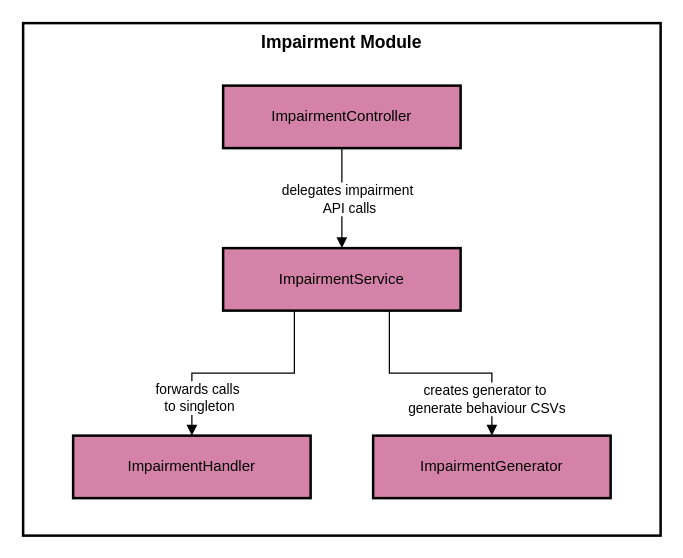
This is data/figs/architecture/layers/layers_impairment.drawio from socialsoftware/microservices-simulator, a draw.io file, before an edit. Source tidied: cells renumbered, new cells numbered last; positions are measured from the earlier drawing's top-left corner, leaving out a move shared by most shapes. Both pictures are drawn from the tidied source at 125%, with x=0, y=0 at pixel (22, 22).
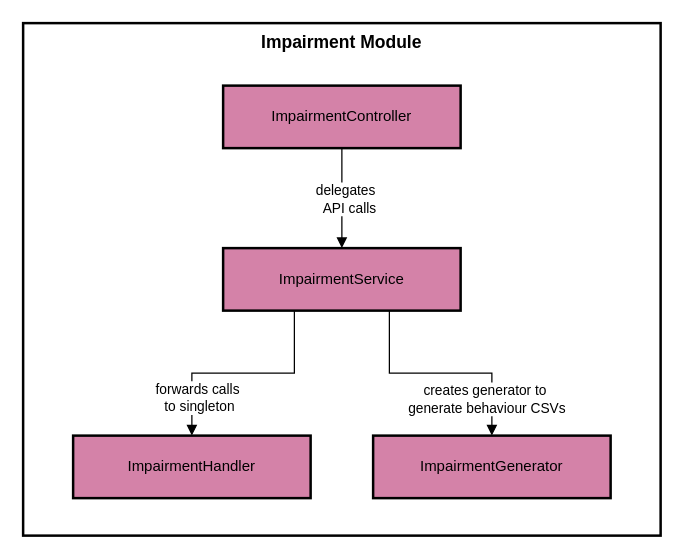
After the change.

The edit, as a diff of the source:
```diff
@@
 <mxGraphModel>
   <root>
     <mxCell id="0" />
     <mxCell id="1" parent="0" />
     <mxCell id="2" value="Impairment Module" style="whiteSpace=wrap;strokeWidth=2;verticalAlign=top;fontSize=14;fontStyle=1;" parent="1" vertex="1">
       <mxGeometry width="510" height="410" as="geometry" />
     </mxCell>
     <mxCell id="3" value="ImpairmentHandler" style="whiteSpace=wrap;strokeWidth=2;fillColor=#D482A8;strokeColor=#000000;" parent="1" vertex="1">
       <mxGeometry x="40" y="330" width="190" height="50" as="geometry" />
     </mxCell>
     <mxCell id="4" value="ImpairmentController" style="whiteSpace=wrap;strokeWidth=2;fillColor=#D482A8;strokeColor=#000000;" parent="1" vertex="1">
       <mxGeometry x="160" y="50" width="190" height="50" as="geometry" />
     </mxCell>
     <mxCell id="5" value="ImpairmentService" style="whiteSpace=wrap;strokeWidth=2;fillColor=#D482A8;strokeColor=#000000;" parent="1" vertex="1">
       <mxGeometry x="160" y="180" width="190" height="50" as="geometry" />
     </mxCell>
     <mxCell id="6" value="ImpairmentGenerator" style="whiteSpace=wrap;strokeWidth=2;fillColor=#D482A8;strokeColor=#000000;" parent="1" vertex="1">
       <mxGeometry x="280" y="330" width="190" height="50" as="geometry" />
     </mxCell>
     <mxCell id="7" style="startArrow=none;endArrow=block;exitX=0.5;exitY=1;entryX=0.5;entryY=0;rounded=0;edgeStyle=orthogonalEdgeStyle;" parent="1" edge="1" source="4" target="5">
       <mxGeometry relative="1" as="geometry" />
     </mxCell>
     <mxCell id="8" style="startArrow=none;endArrow=block;exitX=0.3;exitY=1;entryX=0.5;entryY=0;rounded=0;edgeStyle=orthogonalEdgeStyle;" parent="1" edge="1" source="5" target="3">
       <mxGeometry relative="1" as="geometry" />
     </mxCell>
     <mxCell id="9" style="startArrow=none;endArrow=block;exitX=0.7;exitY=1;entryX=0.5;entryY=0;rounded=0;edgeStyle=orthogonalEdgeStyle;" parent="1" edge="1" source="5" target="6">
       <mxGeometry relative="1" as="geometry" />
     </mxCell>
     <mxCell id="10" value="creates generator to&amp;nbsp;&lt;div&gt;generate behaviour CSVs&lt;/div&gt;" style="edgeLabel;html=1;align=center;verticalAlign=middle;" parent="9" vertex="1">
       <mxGeometry relative="1" as="geometry">
         <mxPoint x="36" y="20" as="offset" />
       </mxGeometry>
     </mxCell>
-    <mxCell id="11" value="delegates impairment&amp;nbsp;&lt;div&gt;API calls&lt;/div&gt;" style="edgeLabel;html=1;align=center;verticalAlign=middle;" parent="1" vertex="1">
+    <mxCell id="11" value="delegates&amp;nbsp;&amp;nbsp;&lt;div&gt;API calls&lt;/div&gt;" style="edgeLabel;html=1;align=center;verticalAlign=middle;" parent="1" vertex="1">
       <mxGeometry x="260" y="140" as="geometry" />
     </mxCell>
     <mxCell id="12" value="forwards calls&amp;nbsp;&lt;div&gt;to singleton&lt;/div&gt;" style="edgeLabel;html=1;align=center;verticalAlign=middle;" parent="1" vertex="1">
       <mxGeometry x="190" y="280" as="geometry">
         <mxPoint x="-50" y="19" as="offset" />
       </mxGeometry>
     </mxCell>
   </root>
 </mxGraphModel>
```
